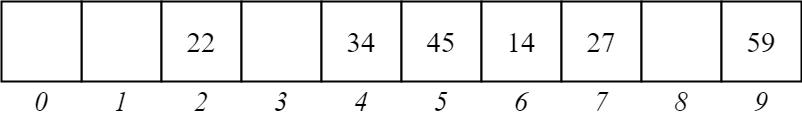
FelipeAMC-2601/Diagramas keeps this draw.io diagram as Ejercicio_11.1.png. Above is the earlier version. Source tidied: cells renumbered, new cells last; positions are measured from the earlier drawing's top-left corner, leaving out a move shared by most shapes.
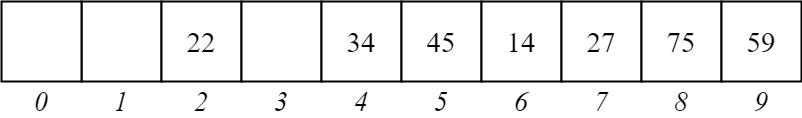
The same file after the commit.

What changed in the source:
```diff
@@ -26,7 +26,7 @@
     <mxCell id="9" value="&lt;font face=&quot;Times New Roman&quot; style=&quot;font-size: 29px&quot;&gt;27&lt;/font&gt;" style="whiteSpace=wrap;html=1;strokeWidth=2;fontSize=13;" parent="1" vertex="1">
       <mxGeometry x="560" width="80" height="80" as="geometry" />
     </mxCell>
-    <mxCell id="10" style="whiteSpace=wrap;html=1;strokeWidth=2;fontSize=13;" parent="1" vertex="1">
+    <mxCell id="10" value="&lt;font face=&quot;Times New Roman&quot; style=&quot;font-size: 29px&quot;&gt;75&lt;/font&gt;" style="whiteSpace=wrap;html=1;strokeWidth=2;fontSize=13;" parent="1" vertex="1">
       <mxGeometry x="640" width="80" height="80" as="geometry" />
     </mxCell>
     <mxCell id="11" value="&lt;font face=&quot;Times New Roman&quot;&gt;59&lt;br&gt;&lt;/font&gt;" style="whiteSpace=wrap;html=1;strokeWidth=2;fontSize=29;" parent="1" vertex="1">
```
